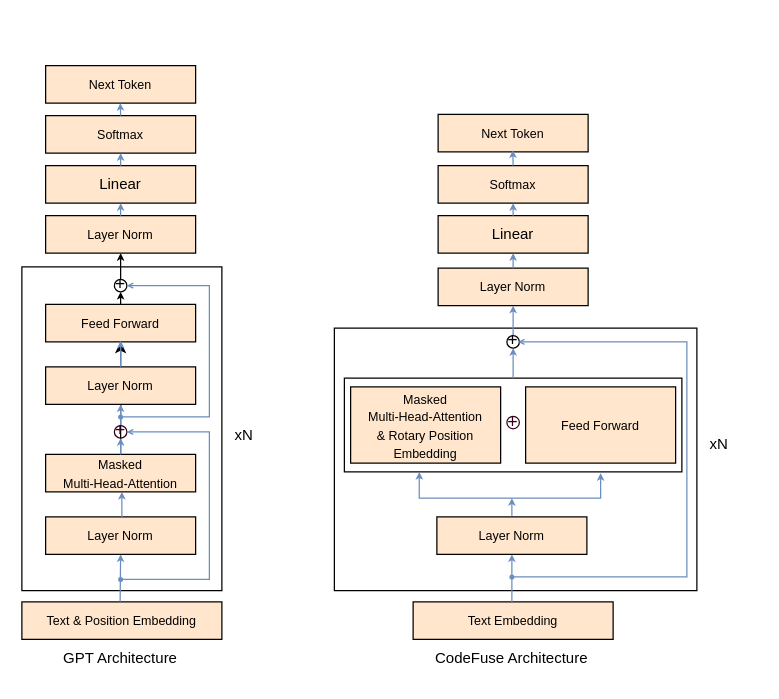
The draw.io diagram 未命名绘图.drawio in cdj0311/2021-GAIIC-phase3-idea, before the edit. Source tidied: cells renumbered, new cells numbered last; positions are measured from the earlier drawing's top-left corner, leaving out a move shared by most shapes. Both pictures are drawn from the tidied source at 125%, with x=0, y=0 at pixel (21, 65).
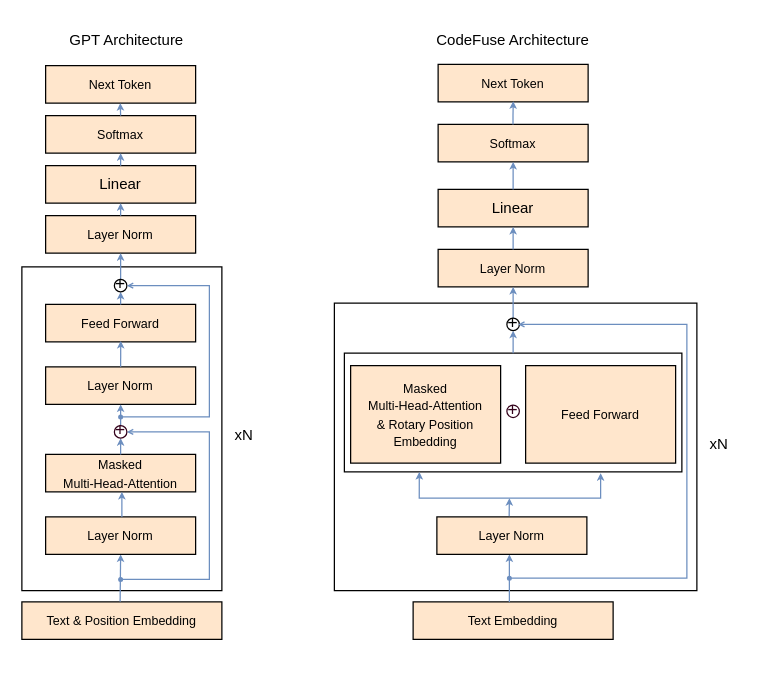
Above is the later version.

Commit message:
更新未命名绘图.drawio

The change refers to these unchanged cells:
```xml
<mxCell id="9" value="&lt;span style=&quot;font-size: 10px;&quot;&gt;Masked &lt;br&gt;Multi-Head-Attention&lt;/span&gt;" style="rounded=0;whiteSpace=wrap;html=1;fillColor=#ffe6cc;strokeColor=default;" parent="1" vertex="1">
  <mxGeometry x="19" y="311" width="120" height="30" as="geometry" />
</mxCell>
<mxCell id="11" value="&lt;span style=&quot;font-size: 10px;&quot;&gt;Feed Forward&lt;br&gt;&lt;/span&gt;" style="rounded=0;whiteSpace=wrap;html=1;fillColor=#ffe6cc;strokeColor=default;" parent="1" vertex="1">
  <mxGeometry x="19" y="191" width="120" height="30" as="geometry" />
</mxCell>
<mxCell id="12" value="&lt;span style=&quot;font-size: 10px;&quot;&gt;Layer Norm&lt;br&gt;&lt;/span&gt;" style="rounded=0;whiteSpace=wrap;html=1;fillColor=#ffe6cc;strokeColor=default;" parent="1" vertex="1">
  <mxGeometry x="19" y="120" width="120" height="30" as="geometry" />
</mxCell>
<mxCell id="24" value="&lt;font style=&quot;font-size: 14px;&quot; face=&quot;Courier New&quot;&gt;+&lt;/font&gt;" style="ellipse;whiteSpace=wrap;html=1;fillColor=none;strokeColor=default;" parent="1" vertex="1">
  <mxGeometry x="74" y="171" width="10" height="10" as="geometry" />
</mxCell>
<mxCell id="33" value="&lt;span style=&quot;font-size: 10px;&quot;&gt;Layer Norm&lt;/span&gt;" style="rounded=0;whiteSpace=wrap;html=1;fillColor=#ffe6cc;strokeColor=default;" parent="1" vertex="1">
  <mxGeometry x="332" y="361" width="120" height="30" as="geometry" />
</mxCell>
```

The edit, as a diff of the source:
```diff
@@
     <mxCell id="2" style="rounded=0;whiteSpace=wrap;html=1;" parent="1" vertex="1">
-      <mxGeometry x="250" y="210" width="290" height="210" as="geometry" />
+      <mxGeometry x="250" y="190" width="290" height="230" as="geometry" />
     </mxCell>
     <mxCell id="3" style="rounded=0;whiteSpace=wrap;html=1;" parent="1" vertex="1">
-      <mxGeometry x="258" y="250" width="270" height="75" as="geometry" />
+      <mxGeometry x="258" y="230" width="270" height="95" as="geometry" />
     </mxCell>
@@
-    <mxCell id="8" style="edgeStyle=orthogonalEdgeStyle;rounded=0;jettySize=auto;html=1;" parent="1" edge="1" source="9" target="11">
-      <mxGeometry relative="1" as="geometry" />
-    </mxCell>
@@
-    <mxCell id="21" style="endArrow=classic;html=1;rounded=0;entryX=0.501;entryY=0.973;entryDx=0;entryDy=0;entryPerimeter=0;endSize=3;fillColor=#dae8fc;strokeColor=#6c8ebf;" parent="1" edge="1" target="11">
+    <mxCell id="21" style="endArrow=classic;html=1;rounded=0;entryX=0.501;entryY=0.973;entryDx=0;entryDy=0;entryPerimeter=0;endSize=3;fillColor=#dae8fc;strokeColor=#6c8ebf;" parent="1" edge="1">
       <mxGeometry relative="1" as="geometry">
         <mxPoint x="79" y="241" as="sourcePoint" />
+        <mxPoint x="79.1" y="220.2" as="targetPoint" />
       </mxGeometry>
     </mxCell>
-    <mxCell id="22" style="endArrow=classic;html=1;rounded=0;entryX=0.5;entryY=1;entryDx=0;entryDy=0;endSize=3;" parent="1" edge="1" source="24" target="12">
+    <mxCell id="22" style="endArrow=classic;html=1;rounded=0;entryX=0.5;entryY=1;entryDx=0;entryDy=0;endSize=3;fillColor=#dae8fc;strokeColor=#6c8ebf;" parent="1" edge="1" source="24" target="12">
       <mxGeometry relative="1" as="geometry" />
     </mxCell>
-    <mxCell id="23" style="endArrow=classic;html=1;rounded=0;entryX=0.5;entryY=1;entryDx=0;entryDy=0;endSize=3;" parent="1" edge="1" target="24">
+    <mxCell id="23" style="endArrow=classic;html=1;rounded=0;entryX=0.5;entryY=1;entryDx=0;entryDy=0;endSize=3;fillColor=#dae8fc;strokeColor=#6c8ebf;" parent="1" edge="1" target="24">
       <mxGeometry relative="1" as="geometry">
         <mxPoint x="79" y="191" as="sourcePoint" />
       </mxGeometry>
     </mxCell>
@@
     <mxCell id="30" value="GPT Architecture" style="text;strokeColor=none;align=center;fillColor=none;html=1;verticalAlign=middle;whiteSpace=wrap;rounded=0;" parent="1" vertex="1">
-      <mxGeometry x="24" y="459" width="110" height="30" as="geometry" />
+      <mxGeometry x="29" y="-35" width="110" height="30" as="geometry" />
     </mxCell>
@@
-    <mxCell id="32" style="endArrow=classic;html=1;rounded=0;entryX=0.5;entryY=1;entryDx=0;entryDy=0;endSize=3;fillColor=#dae8fc;strokeColor=#6c8ebf;" parent="1" edge="1" target="33">
+    <mxCell id="32" style="endArrow=classic;html=1;rounded=0;entryX=0.5;entryY=1;entryDx=0;entryDy=0;endSize=3;fillColor=#dae8fc;strokeColor=#6c8ebf;" parent="1" edge="1">
       <mxGeometry relative="1" as="geometry">
-        <mxPoint x="392" y="429" as="sourcePoint" />
+        <mxPoint x="390" y="429" as="sourcePoint" />
+        <mxPoint x="390" y="391" as="targetPoint" />
       </mxGeometry>
     </mxCell>
@@
     <mxCell id="34" value="&lt;span style=&quot;font-size: 10px;&quot;&gt;Layer Norm&lt;br&gt;&lt;/span&gt;" style="rounded=0;whiteSpace=wrap;html=1;fillColor=#ffe6cc;strokeColor=default;" parent="1" vertex="1">
-      <mxGeometry x="333" y="162" width="120" height="30" as="geometry" />
+      <mxGeometry x="333" y="147" width="120" height="30" as="geometry" />
     </mxCell>
     <mxCell id="35" value="Linear&lt;span style=&quot;font-size: 10px;&quot;&gt;&lt;br&gt;&lt;/span&gt;" style="rounded=0;whiteSpace=wrap;html=1;fillColor=#ffe6cc;strokeColor=default;" parent="1" vertex="1">
-      <mxGeometry x="333" y="120" width="120" height="30" as="geometry" />
+      <mxGeometry x="333" y="99" width="120" height="30" as="geometry" />
     </mxCell>
     <mxCell id="36" value="&lt;span style=&quot;font-size: 10px;&quot;&gt;Softmax&lt;br&gt;&lt;/span&gt;" style="rounded=0;whiteSpace=wrap;html=1;fillColor=#ffe6cc;strokeColor=default;" parent="1" vertex="1">
-      <mxGeometry x="333" y="80" width="120" height="30" as="geometry" />
+      <mxGeometry x="333" y="47" width="120" height="30" as="geometry" />
     </mxCell>
     <mxCell id="37" value="&lt;span style=&quot;font-size: 10px;&quot;&gt;Next Token&lt;br&gt;&lt;/span&gt;" style="rounded=0;whiteSpace=wrap;html=1;fillColor=#ffe6cc;strokeColor=default;" parent="1" vertex="1">
-      <mxGeometry x="333" y="39" width="120" height="30" as="geometry" />
+      <mxGeometry x="333" y="-1" width="120" height="30" as="geometry" />
     </mxCell>
@@
     <mxCell id="40" value="&lt;font style=&quot;font-size: 14px;&quot; face=&quot;Courier New&quot;&gt;+&lt;/font&gt;" style="ellipse;whiteSpace=wrap;html=1;fillColor=none;strokeColor=default;" parent="1" vertex="1">
-      <mxGeometry x="388" y="216" width="10" height="10" as="geometry" />
+      <mxGeometry x="388" y="202" width="10" height="10" as="geometry" />
     </mxCell>
@@
-    <mxCell id="42" style="endArrow=classic;html=1;rounded=0;endSize=3;fillColor=#dae8fc;strokeColor=#6c8ebf;" parent="1" edge="1">
-      <mxGeometry relative="1" as="geometry">
-        <mxPoint x="393" y="120" as="sourcePoint" />
-        <mxPoint x="393" y="110" as="targetPoint" />
-      </mxGeometry>
+    <mxCell id="42" style="endArrow=classic;html=1;rounded=0;endSize=3;fillColor=#dae8fc;strokeColor=#6c8ebf;entryX=0.5;entryY=1;entryDx=0;entryDy=0;exitX=0.5;exitY=0;exitDx=0;exitDy=0;" parent="1" edge="1" source="35" target="36">
+      <mxGeometry relative="1" as="geometry" />
     </mxCell>
-    <mxCell id="43" style="endArrow=classic;html=1;rounded=0;endSize=3;fillColor=#dae8fc;strokeColor=#6c8ebf;exitX=0.5;exitY=0;exitDx=0;exitDy=0;entryX=0.498;entryY=0.958;entryDx=0;entryDy=0;entryPerimeter=0;" parent="1" edge="1" source="36" target="37">
-      <mxGeometry relative="1" as="geometry" />
+    <mxCell id="43" style="endArrow=classic;html=1;rounded=0;endSize=3;fillColor=#dae8fc;strokeColor=#6c8ebf;exitX=0.475;exitY=-0.004;exitDx=0;exitDy=0;entryX=0.476;entryY=0.978;entryDx=0;entryDy=0;entryPerimeter=0;exitPerimeter=0;" parent="1" edge="1">
+      <mxGeometry relative="1" as="geometry">
+        <mxPoint x="392.9" y="47" as="sourcePoint" />
+        <mxPoint x="393.1" y="28.5" as="targetPoint" />
+        <Array as="points">
+          <mxPoint x="392.9" y="40.1" />
+        </Array>
+      </mxGeometry>
     </mxCell>
@@
     <mxCell id="45" value="CodeFuse Architecture" style="text;strokeColor=none;align=center;fillColor=none;html=1;verticalAlign=middle;whiteSpace=wrap;rounded=0;" parent="1" vertex="1">
-      <mxGeometry x="319" y="459" width="146" height="30" as="geometry" />
+      <mxGeometry x="320" y="-35" width="146" height="30" as="geometry" />
     </mxCell>
-    <mxCell id="46" value="&lt;span style=&quot;font-size: 10px;&quot;&gt;Masked &lt;br&gt;Multi-Head-Attention&lt;br&gt;&amp;amp; Rotary Position Embedding&lt;br&gt;&lt;/span&gt;" style="rounded=0;whiteSpace=wrap;html=1;fillColor=#ffe6cc;strokeColor=default;" parent="1" vertex="1">
-      <mxGeometry x="263" y="257" width="120" height="61" as="geometry" />
+    <mxCell id="46" value="&lt;span style=&quot;font-size: 10px;&quot;&gt;Masked &lt;br&gt;Multi-Head-Attention&lt;br&gt;&amp;amp; Rotary Position Embedding&lt;br&gt;&lt;/span&gt;" style="rounded=0;whiteSpace=wrap;html=1;fillColor=#ffe6cc;strokeColor=#000000;" parent="1" vertex="1">
+      <mxGeometry x="263" y="240" width="120" height="78" as="geometry" />
     </mxCell>
     <mxCell id="47" value="&lt;span style=&quot;font-size: 10px;&quot;&gt;Feed Forward&lt;br&gt;&lt;/span&gt;" style="rounded=0;whiteSpace=wrap;html=1;fillColor=#ffe6cc;strokeColor=default;" parent="1" vertex="1">
-      <mxGeometry x="403" y="257" width="120" height="61" as="geometry" />
+      <mxGeometry x="403" y="240" width="120" height="78" as="geometry" />
     </mxCell>
-    <mxCell id="48" style="endArrow=classic;html=1;rounded=0;endSize=3;fillColor=#dae8fc;strokeColor=#6c8ebf;" parent="1" edge="1">
+    <mxCell id="48" style="endArrow=classic;html=1;rounded=0;endSize=3;fillColor=#dae8fc;strokeColor=#6c8ebf;exitX=0.482;exitY=-0.02;exitDx=0;exitDy=0;exitPerimeter=0;" parent="1" edge="1" source="33">
       <mxGeometry relative="1" as="geometry">
-        <mxPoint x="392" y="360" as="sourcePoint" />
-        <mxPoint x="392" y="346" as="targetPoint" />
+        <mxPoint x="390" y="346" as="targetPoint" />
       </mxGeometry>
     </mxCell>
@@
     <mxCell id="50" value="&lt;font color=&quot;#33001a&quot; style=&quot;font-size: 14px;&quot; face=&quot;Courier New&quot;&gt;+&lt;/font&gt;" style="ellipse;whiteSpace=wrap;html=1;fillColor=none;strokeColor=#33001A;" parent="1" vertex="1">
-      <mxGeometry x="388" y="280.5" width="10" height="10" as="geometry" />
+      <mxGeometry x="388" y="271.5" width="10" height="10" as="geometry" />
     </mxCell>
     <mxCell id="51" style="endArrow=open;startArrow=oval;endFill=0;startFill=1;endSize=3;startSize=3;html=1;rounded=0;edgeStyle=orthogonalEdgeStyle;fillColor=#dae8fc;strokeColor=#6c8ebf;entryX=1;entryY=0.5;entryDx=0;entryDy=0;" parent="1" edge="1">
       <mxGeometry relative="1" as="geometry">
-        <mxPoint x="392" y="409" as="sourcePoint" />
-        <mxPoint x="397" y="221" as="targetPoint" />
+        <mxPoint x="390" y="410" as="sourcePoint" />
+        <mxPoint x="397" y="207" as="targetPoint" />
         <Array as="points">
-          <mxPoint x="532" y="409" />
-          <mxPoint x="532" y="221" />
+          <mxPoint x="532" y="410" />
+          <mxPoint x="532" y="207" />
         </Array>
       </mxGeometry>
     </mxCell>
```
